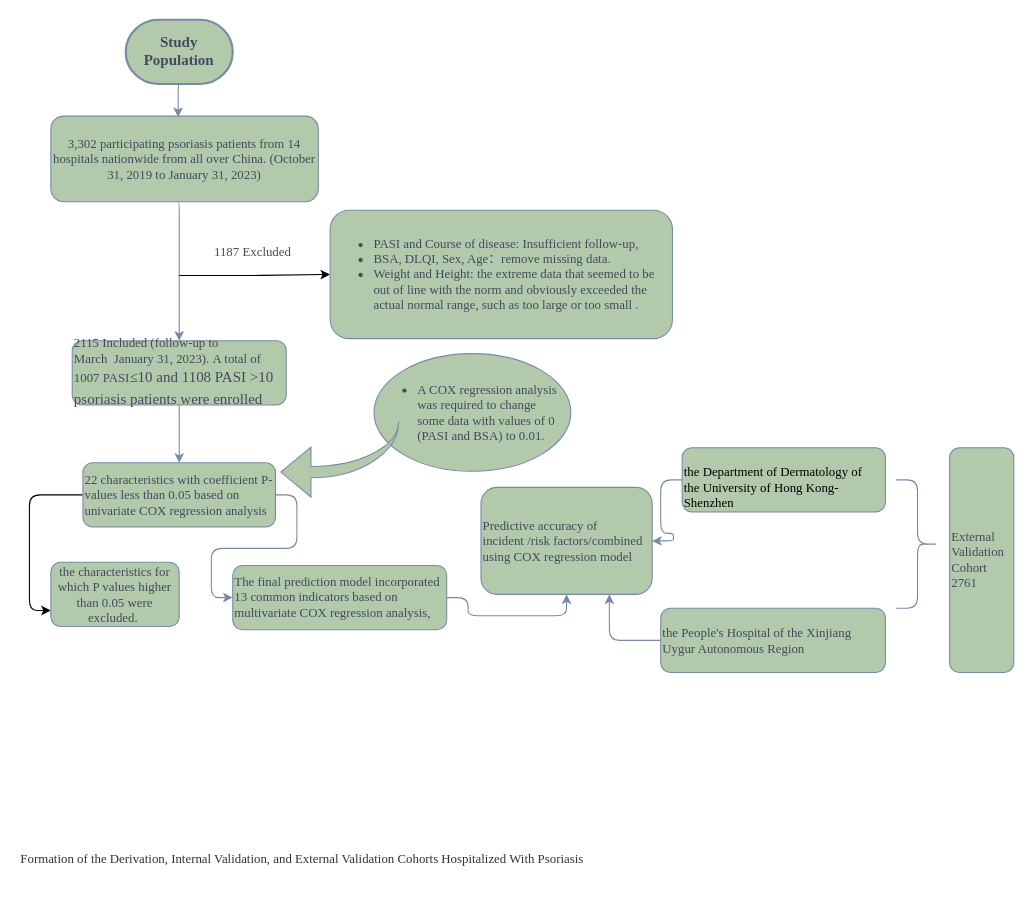
Above: psoriasis.drawio in pifu-dabai/DEA.R (draw.io), before the change. Source tidied: cells renumbered, new cells numbered last; positions are measured from the earlier drawing's top-left corner, leaving out a move shared by most shapes. Both pictures are drawn from the tidied source at 107%, with x=0, y=0 at pixel (18, 19).
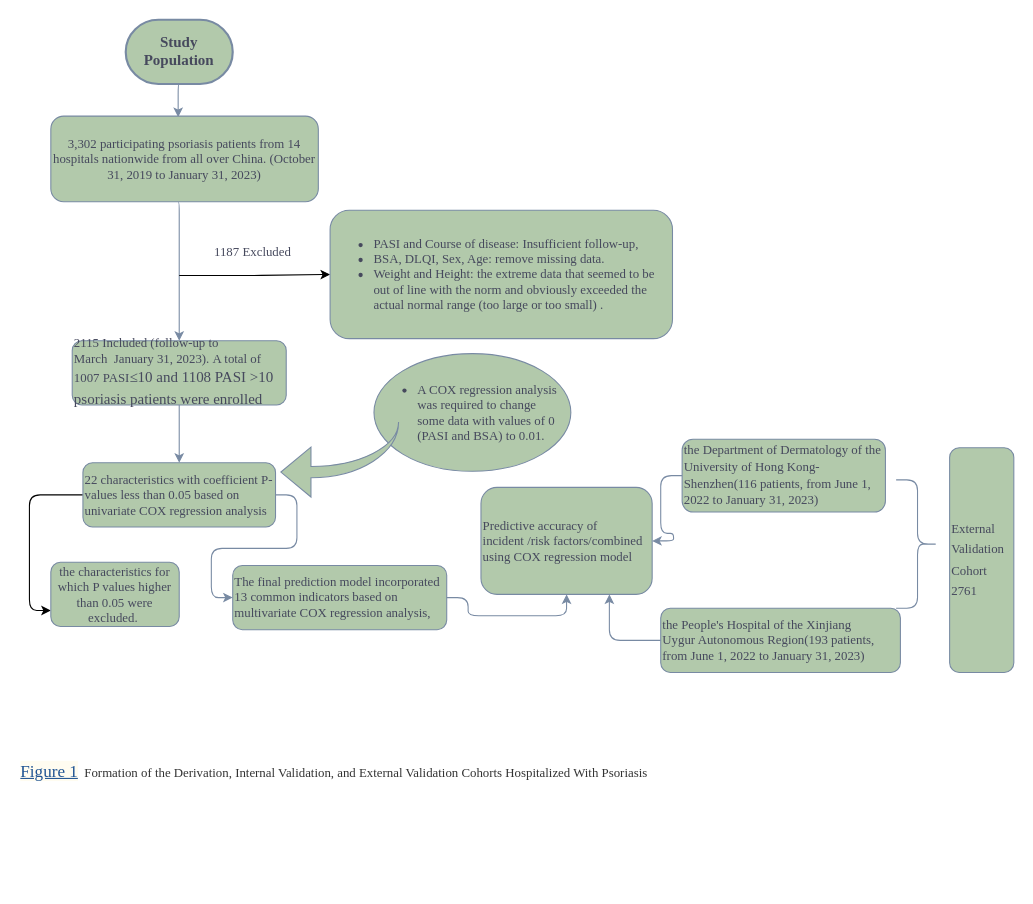
Above is the later version.

Diff of the diagram source:
```diff
@@
-    <mxCell id="4" value="&lt;font color=&quot;#333333&quot;&gt;Formation of the Derivation, Internal Validation, and External Validation Cohorts Hospitalized With Psoriasis&lt;/font&gt;" style="text;whiteSpace=wrap;html=1;fontFamily=Times New Roman;labelBackgroundColor=none;verticalAlign=middle;labelBorderColor=none;fontColor=#46495D;rounded=1;" parent="1" vertex="1">
-      <mxGeometry y="760" width="560" height="50" as="geometry" />
+    <mxCell id="4" value="&lt;a style=&quot;box-sizing: inherit; background-color: rgb(255, 252, 240); color: rgb(32, 84, 147); cursor: pointer; outline: 0px; margin-top: 0px; margin-bottom: 0px; font-size: 16px; display: inline-block !important;&quot; target=&quot;figure&quot; href=&quot;https://www.ncbi.nlm.nih.gov/pmc/articles/PMC5820711/figure/joi170125f1/&quot; class=&quot;figpopup&quot;&gt;Figure 1&lt;/a&gt;&amp;nbsp;&amp;nbsp;&lt;font color=&quot;#333333&quot;&gt;Formation of the Derivation, Internal Validation, and External Validation Cohorts Hospitalized With Psoriasis&lt;/font&gt;" style="text;whiteSpace=wrap;html=1;fontFamily=Times New Roman;labelBackgroundColor=none;verticalAlign=middle;labelBorderColor=none;fontColor=#46495D;rounded=1;" parent="1" vertex="1">
+      <mxGeometry y="677" width="727" height="50" as="geometry" />
     </mxCell>
@@
-    <mxCell id="6" value="External Validation Cohort&lt;br&gt;2761" style="rounded=1;whiteSpace=wrap;html=1;align=left;direction=south;fontFamily=Times New Roman;labelBackgroundColor=none;verticalAlign=middle;labelBorderColor=none;fillColor=#B2C9AB;strokeColor=#788AA3;fontColor=#46495D;" parent="1" vertex="1">
+    <mxCell id="6" value="&lt;p style=&quot;line-height: 160%;&quot;&gt;External Validation Cohort&lt;br&gt;2761&lt;/p&gt;" style="rounded=1;whiteSpace=wrap;html=1;align=left;direction=south;fontFamily=Times New Roman;labelBackgroundColor=none;verticalAlign=middle;labelBorderColor=none;fillColor=#B2C9AB;strokeColor=#788AA3;fontColor=#46495D;" parent="1" vertex="1">
       <mxGeometry x="870" y="400" width="60" height="210" as="geometry" />
     </mxCell>
-    <mxCell id="7" value="&lt;br&gt;&lt;span style=&quot;border-color: var(--border-color); color: rgb(0, 0, 0); font-size: 12px; font-style: normal; font-variant-ligatures: normal; font-variant-caps: normal; font-weight: 400; letter-spacing: normal; orphans: 2; text-indent: 0px; text-transform: none; widows: 2; word-spacing: 0px; -webkit-text-stroke-width: 0px; text-decoration-thickness: initial; text-decoration-style: initial; text-decoration-color: initial; float: none; display: inline !important;&quot;&gt;the Department of Dermatology of the&amp;nbsp;&lt;/span&gt;&lt;span style=&quot;border-color: var(--border-color); color: rgb(0, 0, 0); font-size: 12px; font-style: normal; font-variant-ligatures: normal; font-variant-caps: normal; font-weight: 400; letter-spacing: normal; orphans: 2; text-indent: 0px; text-transform: none; widows: 2; word-spacing: 0px; -webkit-text-stroke-width: 0px; text-decoration-thickness: initial; text-decoration-style: initial; text-decoration-color: initial; float: none; display: inline !important;&quot;&gt;University of Hong Kong-Shenzhen&lt;/span&gt;&lt;br&gt;" style="rounded=1;whiteSpace=wrap;html=1;align=left;fontFamily=Times New Roman;labelBackgroundColor=none;verticalAlign=middle;labelBorderColor=none;fillColor=#B2C9AB;strokeColor=#788AA3;fontColor=#46495D;" parent="1" vertex="1">
-      <mxGeometry x="620" y="400" width="190" height="60" as="geometry" />
+    <mxCell id="7" value="&lt;p style=&quot;border-color: var(--border-color); line-height: 15.6px;&quot;&gt;the Department of Dermatology of the University of Hong Kong-Shenzhen(116 patients, from June 1, 2022 to January 31, 2023)&lt;/p&gt;" style="rounded=1;whiteSpace=wrap;html=1;align=left;fontFamily=Times New Roman;labelBackgroundColor=none;verticalAlign=middle;labelBorderColor=none;fillColor=#B2C9AB;strokeColor=#788AA3;fontColor=#46495D;" parent="1" vertex="1">
+      <mxGeometry x="620" y="392" width="190" height="68" as="geometry" />
     </mxCell>
-    <mxCell id="8" value="the People's Hospital of the Xinjiang&lt;br style=&quot;border-color: var(--border-color);&quot;&gt;&lt;span style=&quot;border-color: var(--border-color);&quot;&gt;Uygur Autonomous Region&lt;/span&gt;" style="rounded=1;whiteSpace=wrap;html=1;align=left;fontFamily=Times New Roman;labelBackgroundColor=none;verticalAlign=middle;labelBorderColor=none;fillColor=#B2C9AB;strokeColor=#788AA3;fontColor=#46495D;" parent="1" vertex="1">
-      <mxGeometry x="600" y="550" width="210" height="60" as="geometry" />
+    <mxCell id="8" value="&lt;div&gt;the People's Hospital of the Xinjiang&lt;/div&gt;&lt;div&gt;Uygur Autonomous Region(193 patients,&amp;nbsp;&lt;/div&gt;&lt;div&gt;from June 1, 2022 to January 31, 2023&lt;span style=&quot;background-color: transparent;&quot;&gt;)&lt;/span&gt;&lt;/div&gt;" style="rounded=1;whiteSpace=wrap;html=1;align=left;fontFamily=Times New Roman;labelBackgroundColor=none;verticalAlign=middle;labelBorderColor=none;fillColor=#B2C9AB;strokeColor=#788AA3;fontColor=#46495D;" parent="1" vertex="1">
+      <mxGeometry x="600" y="550" width="224" height="60" as="geometry" />
     </mxCell>
@@
-    <mxCell id="20" value="&lt;div style=&quot;border-color: var(--border-color); text-align: left;&quot;&gt;&lt;ul&gt;&lt;li&gt;&lt;span style=&quot;&quot;&gt;PASI and Course of disease: Insufficient follow-up,&lt;/span&gt;&lt;br&gt;&lt;/li&gt;&lt;li&gt;&lt;font&gt;BSA, DLQI, Sex, Age：remove missing data.&amp;nbsp;&lt;/font&gt;&lt;/li&gt;&lt;li&gt;&lt;font&gt;Weight and Height: the extreme data that seemed to be out of line with the norm and obviously exceeded the actual normal range, such as too large or too small .&lt;/font&gt;&lt;/li&gt;&lt;/ul&gt;&lt;/div&gt;" style="rounded=1;whiteSpace=wrap;html=1;fontFamily=Times New Roman;labelBackgroundColor=none;verticalAlign=middle;labelBorderColor=none;fillColor=#B2C9AB;strokeColor=#788AA3;fontColor=#46495D;" parent="1" vertex="1">
+    <mxCell id="20" value="&lt;div style=&quot;border-color: var(--border-color); text-align: left;&quot;&gt;&lt;ul&gt;&lt;li&gt;&lt;span style=&quot;&quot;&gt;PASI and Course of disease: Insufficient follow-up,&lt;/span&gt;&lt;br&gt;&lt;/li&gt;&lt;li&gt;&lt;font&gt;BSA, DLQI, Sex, Age: remove missing data.&amp;nbsp;&lt;/font&gt;&lt;/li&gt;&lt;li&gt;&lt;font&gt;Weight and Height: the extreme data that seemed to be out of line with the norm and obviously exceeded the actual normal range (too large or too small) .&lt;/font&gt;&lt;/li&gt;&lt;/ul&gt;&lt;/div&gt;" style="rounded=1;whiteSpace=wrap;html=1;fontFamily=Times New Roman;labelBackgroundColor=none;verticalAlign=middle;labelBorderColor=none;fillColor=#B2C9AB;strokeColor=#788AA3;fontColor=#46495D;" parent="1" vertex="1">
       <mxGeometry x="291" y="178" width="320" height="120" as="geometry" />
     </mxCell>
```
